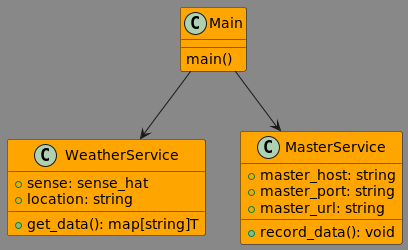
Before: docs/classes.png, a diagram exported from PlantUML (james-cathcart/indoor-weather-node).
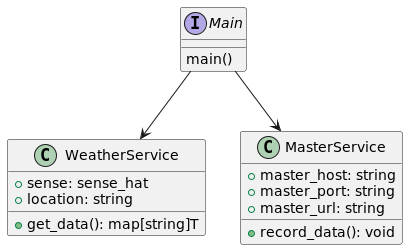
The same file after the commit.

Change to the diagram source:
```diff
@@ -1,11 +1,6 @@
 @startuml
 
-skinparam {
-    backgroundColor #888
-    classBackgroundColor #Orange
-}
-
-class Main {
+interface Main {
     main()
 }
 
```
